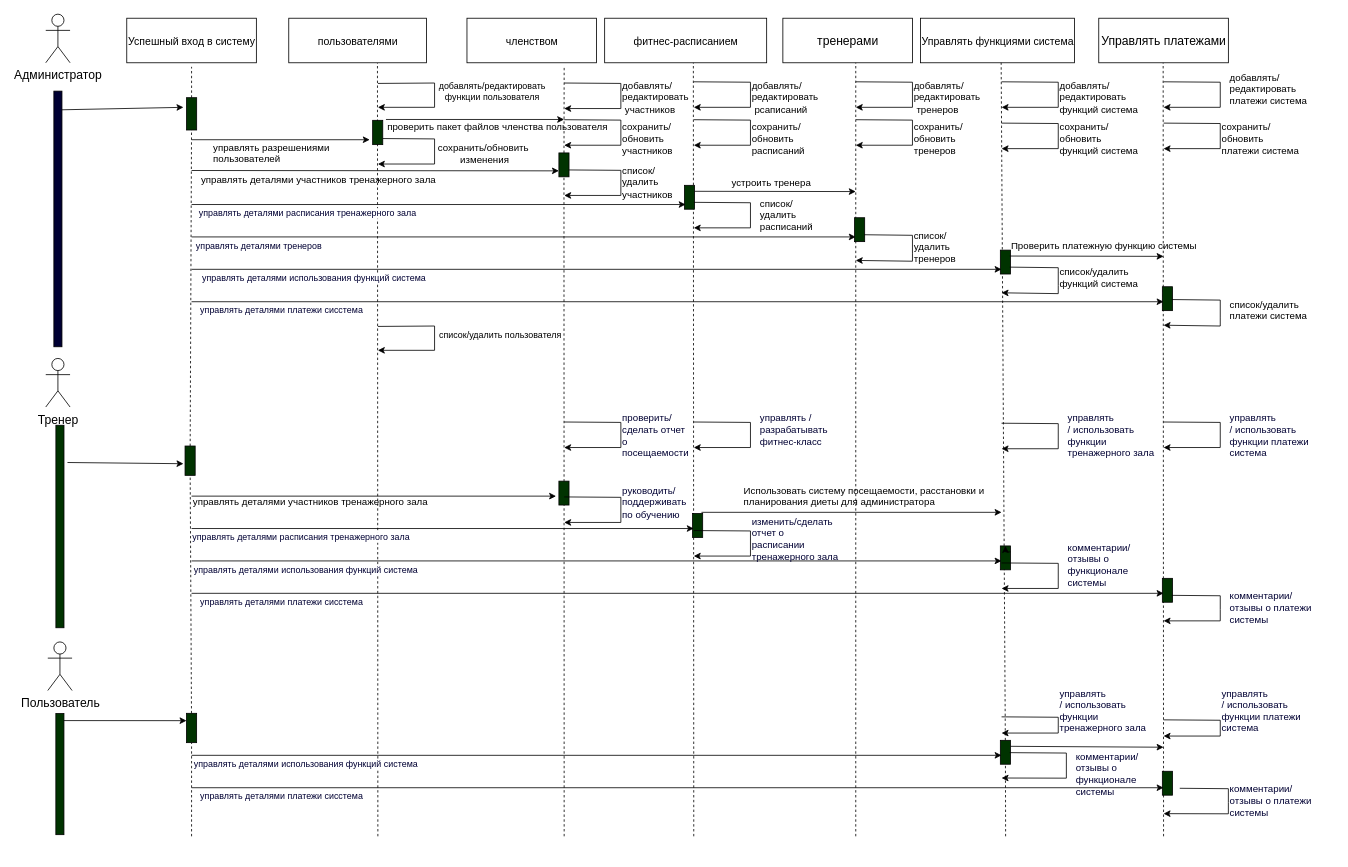
quyettranvu/Lab2-3_UML keeps this draw.io diagram as page "Sequence Diagram" (5 of 7) of Biểu đồ không có tiêu đề.drawio. Above is the earlier version. Source tidied: cells renumbered, new cells numbered last; positions are measured from the earlier drawing's top-left corner, leaving out a move shared by most shapes. Both pictures are drawn from the tidied source at 81%, with x=0, y=0 at pixel (-70, 14).
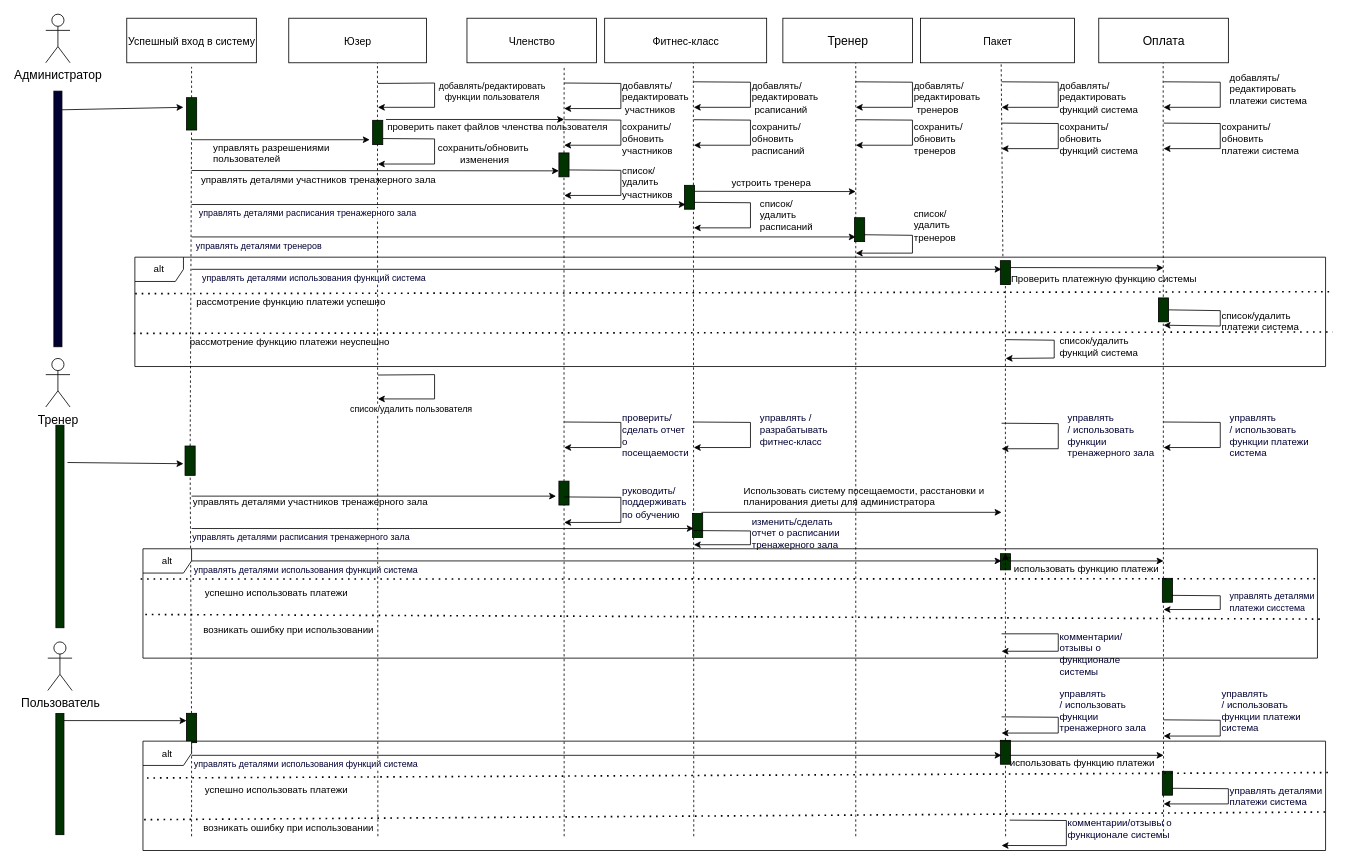
The same page after the edit.

Unchanged cells that the change refers to:
```xml
<mxCell id="120" style="rounded=0;whiteSpace=wrap;html=1;fontSize=13;rotation=-90;fillColor=#003300;" parent="1" vertex="1">
  <mxGeometry x="1313" y="905" width="29.5" height="12.5" as="geometry" />
</mxCell>
```

The edit, as a diff of the source:
```diff
@@
-    <mxCell id="4" value="&lt;font style=&quot;font-size: 13px;&quot;&gt;членством&lt;br&gt;&lt;/font&gt;" style="html=1;fontSize=15;fillColor=#FFFFFF;" parent="1" vertex="1">
+    <mxCell id="4" value="&lt;font style=&quot;font-size: 13px;&quot;&gt;Членство&lt;br&gt;&lt;/font&gt;" style="html=1;fontSize=15;fillColor=#FFFFFF;" parent="1" vertex="1">
       <mxGeometry x="663" y="5" width="160" height="55" as="geometry" />
     </mxCell>
-    <mxCell id="5" value="&lt;font style=&quot;font-size: 13px;&quot;&gt;фитнес-расписанием&lt;/font&gt;" style="html=1;fontSize=15;fillColor=#FFFFFF;" parent="1" vertex="1">
+    <mxCell id="5" value="&lt;span style=&quot;font-size: 13px;&quot;&gt;Фитнес-класс&lt;/span&gt;" style="html=1;fontSize=15;fillColor=#FFFFFF;" parent="1" vertex="1">
       <mxGeometry x="833" y="5" width="200" height="55" as="geometry" />
     </mxCell>
-    <mxCell id="6" value="тренерами" style="html=1;fontSize=15;fillColor=#FFFFFF;" parent="1" vertex="1">
+    <mxCell id="6" value="Тренер" style="html=1;fontSize=15;fillColor=#FFFFFF;" parent="1" vertex="1">
       <mxGeometry x="1053" y="5" width="160" height="55" as="geometry" />
     </mxCell>
-    <mxCell id="7" value="&lt;font style=&quot;font-size: 13px;&quot;&gt;Управлять функциями система&lt;/font&gt;" style="html=1;fontSize=15;fillColor=#FFFFFF;" parent="1" vertex="1">
+    <mxCell id="7" value="&lt;span style=&quot;font-size: 13px;&quot;&gt;Пакет&lt;/span&gt;" style="html=1;fontSize=15;fillColor=#FFFFFF;" parent="1" vertex="1">
       <mxGeometry x="1223" y="5" width="190" height="55" as="geometry" />
     </mxCell>
-    <mxCell id="8" value="Управлять платежами" style="html=1;fontSize=15;fillColor=#FFFFFF;" parent="1" vertex="1">
+    <mxCell id="8" value="Оплата" style="html=1;fontSize=15;fillColor=#FFFFFF;" parent="1" vertex="1">
       <mxGeometry x="1443" y="5" width="160" height="55" as="geometry" />
     </mxCell>
@@
-    <mxCell id="14" style="endArrow=none;dashed=1;html=1;rounded=0;fontSize=13;startArrow=none;" parent="1" edge="1" source="120">
+    <mxCell id="14" style="endArrow=none;dashed=1;html=1;rounded=0;fontSize=13;startArrow=none;exitX=0.729;exitY=-0.008;exitDx=0;exitDy=0;exitPerimeter=0;" parent="1" edge="1" source="141">
       <mxGeometry relative="1" as="geometry">
         <mxPoint x="1322.5" y="60" as="targetPoint" />
       </mxGeometry>
     </mxCell>
@@
-    <mxCell id="24" value="&lt;span style=&quot;font-size: 13px;&quot;&gt;пользователями&lt;/span&gt;" style="html=1;fontSize=15;fillColor=#FFFFFF;" parent="1" vertex="1">
+    <mxCell id="24" value="&lt;span style=&quot;font-size: 13px;&quot;&gt;Юзер&lt;/span&gt;" style="html=1;fontSize=15;fillColor=#FFFFFF;" parent="1" vertex="1">
       <mxGeometry x="443" y="5" width="170" height="55" as="geometry" />
     </mxCell>
@@
-    <mxCell id="31" style="endArrow=classic;html=1;rounded=0;fontSize=13;" parent="1" edge="1">
-      <mxGeometry relative="1" as="geometry">
-        <mxPoint x="323" y="355" as="sourcePoint" />
-        <mxPoint x="1523" y="355" as="targetPoint" />
-      </mxGeometry>
-    </mxCell>
@@
     <mxCell id="55" style="endArrow=classic;html=1;rounded=0;fontSize=13;" parent="1" edge="1">
       <mxGeometry x="1" y="-91" relative="1" as="geometry">
         <mxPoint x="1153" y="272.3" as="sourcePoint" />
-        <mxPoint x="1143" y="304" as="targetPoint" />
+        <mxPoint x="1143" y="295" as="targetPoint" />
         <Array as="points">
           <mxPoint x="1213" y="273" />
           <mxPoint x="1213" y="295" />
-          <mxPoint x="1213" y="305" />
+          <mxPoint x="1183" y="295" />
         </Array>
         <mxPoint x="-90" y="81" as="offset" />
       </mxGeometry>
     </mxCell>
@@
     <mxCell id="66" value="список/удалить тренеров" style="text;whiteSpace=wrap;html=1;" parent="1" vertex="1">
-      <mxGeometry x="1213" y="259.8" width="70" height="40" as="geometry" />
+      <mxGeometry x="1213" y="232.8" width="70" height="40" as="geometry" />
     </mxCell>
@@
-    <mxCell id="71" style="rounded=0;whiteSpace=wrap;html=1;fontSize=13;rotation=-90;fillColor=#003300;" parent="1" vertex="1">
-      <mxGeometry x="1313" y="299.8" width="29.5" height="12.5" as="geometry" />
-    </mxCell>
     <mxCell id="72" style="endArrow=classic;html=1;rounded=0;fontSize=13;" parent="1" edge="1">
       <mxGeometry x="1" y="-91" relative="1" as="geometry">
-        <mxPoint x="1333" y="312.3" as="sourcePoint" />
-        <mxPoint x="1323" y="344" as="targetPoint" />
+        <mxPoint x="1328" y="401.8" as="sourcePoint" />
+        <mxPoint x="1328" y="425" as="targetPoint" />
         <Array as="points">
-          <mxPoint x="1393" y="313" />
-          <mxPoint x="1393" y="335" />
-          <mxPoint x="1393" y="345" />
+          <mxPoint x="1388" y="402.5" />
+          <mxPoint x="1388" y="424.5" />
         </Array>
         <mxPoint x="-90" y="81" as="offset" />
       </mxGeometry>
     </mxCell>
     <mxCell id="73" value="список/удалить функций система" style="text;whiteSpace=wrap;html=1;" parent="1" vertex="1">
-      <mxGeometry x="1393" y="305" width="100" height="40" as="geometry" />
+      <mxGeometry x="1393" y="390" width="100" height="40" as="geometry" />
     </mxCell>
@@
     <mxCell id="78" style="rounded=0;whiteSpace=wrap;html=1;fontSize=13;rotation=-90;fillColor=#003300;" parent="1" vertex="1">
-      <mxGeometry x="1513" y="345" width="29.5" height="12.5" as="geometry" />
+      <mxGeometry x="1508.2" y="358.8" width="29.5" height="12.5" as="geometry" />
     </mxCell>
-    <mxCell id="79" style="endArrow=classic;html=1;rounded=0;fontSize=13;" parent="1" edge="1">
+    <mxCell id="79" style="endArrow=classic;html=1;rounded=0;fontSize=13;exitX=0.5;exitY=1;exitDx=0;exitDy=0;" parent="1" edge="1" source="78">
       <mxGeometry x="1" y="-91" relative="1" as="geometry">
-        <mxPoint x="1533" y="352.3" as="sourcePoint" />
         <mxPoint x="1523" y="384" as="targetPoint" />
         <Array as="points">
-          <mxPoint x="1593" y="353" />
+          <mxPoint x="1593" y="366" />
           <mxPoint x="1593" y="375" />
           <mxPoint x="1593" y="385" />
         </Array>
         <mxPoint x="-90" y="81" as="offset" />
       </mxGeometry>
     </mxCell>
     <mxCell id="80" value="список/удалить платежи система" style="text;whiteSpace=wrap;html=1;" parent="1" vertex="1">
-      <mxGeometry x="1603" y="345" width="100" height="40" as="geometry" />
+      <mxGeometry x="1593" y="358.8" width="100" height="40" as="geometry" />
     </mxCell>
@@
-    <mxCell id="84" style="endArrow=classic;html=1;rounded=0;fontSize=13;" parent="1" edge="1">
-      <mxGeometry relative="1" as="geometry">
-        <mxPoint x="323" y="715" as="sourcePoint" />
-        <mxPoint x="1523" y="715" as="targetPoint" />
-      </mxGeometry>
-    </mxCell>
     <mxCell id="85" style="endArrow=classic;html=1;rounded=0;fontSize=13;exitX=0.927;exitY=1;exitDx=0;exitDy=0;exitPerimeter=0;" parent="1" edge="1">
       <mxGeometry x="0.06" relative="1" as="geometry">
-        <mxPoint x="553" y="385.5" as="sourcePoint" />
-        <mxPoint x="553" y="415" as="targetPoint" />
+        <mxPoint x="553" y="445.5" as="sourcePoint" />
+        <mxPoint x="553" y="475" as="targetPoint" />
         <Array as="points">
-          <mxPoint x="623" y="385" />
-          <mxPoint x="623" y="415" />
+          <mxPoint x="623" y="445" />
+          <mxPoint x="623" y="475" />
         </Array>
       </mxGeometry>
     </mxCell>
     <mxCell id="86" value="список/удалить пользователя" style="edgeLabel;html=1;align=center;verticalAlign=middle;" parent="85" vertex="1">
       <mxGeometry x="0.44" y="-3" relative="1" as="geometry">
-        <mxPoint x="102" y="-17" as="offset" />
+        <mxPoint x="-8" y="15" as="offset" />
       </mxGeometry>
     </mxCell>
@@
     <mxCell id="96" style="endArrow=classic;html=1;rounded=0;fontSize=13;" parent="1" edge="1">
       <mxGeometry x="1" y="-91" relative="1" as="geometry">
         <mxPoint x="943" y="637.5" as="sourcePoint" />
-        <mxPoint x="943" y="669" as="targetPoint" />
+        <mxPoint x="943" y="655" as="targetPoint" />
         <Array as="points">
           <mxPoint x="1013" y="638" />
-          <mxPoint x="1013" y="669" />
+          <mxPoint x="1013" y="655" />
         </Array>
         <mxPoint x="-90" y="81" as="offset" />
       </mxGeometry>
     </mxCell>
@@
-    <mxCell id="99" value="&lt;font color=&quot;#000033&quot;&gt;управлять деталями платежи сисстема&lt;/font&gt;" style="edgeLabel;html=1;align=center;verticalAlign=middle;fontColor=#FFFFFF;" parent="1" vertex="1">
-      <mxGeometry x="433" y="365" as="geometry" />
-    </mxCell>
@@
     <mxCell id="102" style="rounded=0;whiteSpace=wrap;html=1;fontSize=13;rotation=-90;fillColor=#003300;" parent="1" vertex="1">
-      <mxGeometry x="1313" y="665" width="29.5" height="12.5" as="geometry" />
+      <mxGeometry x="1317.8" y="669.8" width="20" height="12.5" as="geometry" />
     </mxCell>
     <mxCell id="103" style="endArrow=classic;html=1;rounded=0;fontSize=13;" parent="1" edge="1">
       <mxGeometry x="1" y="-91" relative="1" as="geometry">
-        <mxPoint x="1323" y="677.5" as="sourcePoint" />
-        <mxPoint x="1323" y="709" as="targetPoint" />
+        <mxPoint x="1323" y="765" as="sourcePoint" />
+        <mxPoint x="1323" y="786.5" as="targetPoint" />
         <Array as="points">
-          <mxPoint x="1393" y="678" />
-          <mxPoint x="1393" y="709" />
+          <mxPoint x="1393" y="765" />
+          <mxPoint x="1393" y="786.5" />
         </Array>
         <mxPoint x="-90" y="81" as="offset" />
       </mxGeometry>
     </mxCell>
@@
     <mxCell id="105" style="endArrow=classic;html=1;rounded=0;fontSize=13;" parent="1" edge="1">
       <mxGeometry x="1" y="-91" relative="1" as="geometry">
         <mxPoint x="1533" y="717.5" as="sourcePoint" />
-        <mxPoint x="1523" y="749" as="targetPoint" />
+        <mxPoint x="1523" y="735" as="targetPoint" />
         <Array as="points">
           <mxPoint x="1593" y="718" />
           <mxPoint x="1593" y="735" />
-          <mxPoint x="1593" y="749" />
         </Array>
         <mxPoint x="-90" y="81" as="offset" />
       </mxGeometry>
     </mxCell>
@@
     <mxCell id="107" value="изменить/сделать отчет&amp;nbsp;о расписании тренажерного зала" style="text;whiteSpace=wrap;html=1;fontColor=#000033;" parent="1" vertex="1">
-      <mxGeometry x="1013" y="612.5" width="110" height="40" as="geometry" />
+      <mxGeometry x="1013" y="612.5" width="140" height="40" as="geometry" />
     </mxCell>
@@
-    <mxCell id="110" style="endArrow=classic;html=1;rounded=0;fontSize=13;" parent="1" edge="1">
-      <mxGeometry relative="1" as="geometry">
-        <mxPoint x="323" y="955" as="sourcePoint" />
-        <mxPoint x="1523" y="955" as="targetPoint" />
-      </mxGeometry>
-    </mxCell>
     <mxCell id="111" value="комментарии/отзывы о функционале системы" style="text;whiteSpace=wrap;html=1;fontColor=#000033;" parent="1" vertex="1">
-      <mxGeometry x="1403" y="645" width="120" height="40" as="geometry" />
+      <mxGeometry x="1393" y="755" width="120" height="40" as="geometry" />
     </mxCell>
-    <mxCell id="112" value="комментарии/отзывы о платежи системы" style="text;whiteSpace=wrap;html=1;fontColor=#000033;" parent="1" vertex="1">
+    <mxCell id="112" value="&lt;span style=&quot;font-size: 11px; text-align: center; background-color: rgb(255, 255, 255);&quot;&gt;управлять деталями платежи сисстема&lt;/span&gt;" style="text;whiteSpace=wrap;html=1;fontColor=#000033;" parent="1" vertex="1">
       <mxGeometry x="1603" y="705" width="120" height="40" as="geometry" />
     </mxCell>
@@
-    <mxCell id="116" value="&lt;font color=&quot;#000033&quot;&gt;управлять деталями платежи сисстема&lt;/font&gt;" style="edgeLabel;html=1;align=center;verticalAlign=middle;fontColor=#FFFFFF;" parent="1" vertex="1">
-      <mxGeometry x="433" y="725" as="geometry" />
-    </mxCell>
@@
-    <mxCell id="118" value="&lt;font color=&quot;#000033&quot;&gt;управлять деталями платежи сисстема&lt;/font&gt;" style="edgeLabel;html=1;align=center;verticalAlign=middle;fontColor=#FFFFFF;" parent="1" vertex="1">
-      <mxGeometry x="433" y="965" as="geometry" />
-    </mxCell>
@@
     <mxCell id="125" style="endArrow=classic;html=1;rounded=0;fontSize=13;" parent="1" edge="1">
       <mxGeometry x="1" y="-91" relative="1" as="geometry">
-        <mxPoint x="1333" y="911.7" as="sourcePoint" />
-        <mxPoint x="1323" y="943" as="targetPoint" />
+        <mxPoint x="1333" y="995" as="sourcePoint" />
+        <mxPoint x="1323" y="1026.3" as="targetPoint" />
         <Array as="points">
-          <mxPoint x="1403" y="912.2" />
-          <mxPoint x="1403" y="943.2" />
+          <mxPoint x="1403" y="995.5" />
+          <mxPoint x="1403" y="1026.5" />
         </Array>
         <mxPoint x="-90" y="81" as="offset" />
       </mxGeometry>
     </mxCell>
     <mxCell id="126" value="комментарии/отзывы о функционале системы" style="text;whiteSpace=wrap;html=1;fontColor=#000033;" parent="1" vertex="1">
-      <mxGeometry x="1413" y="903.2" width="120" height="40" as="geometry" />
+      <mxGeometry x="1403" y="985" width="140" height="40" as="geometry" />
     </mxCell>
@@
-    <mxCell id="129" value="комментарии/отзывы о платежи системы" style="text;whiteSpace=wrap;html=1;fontColor=#000033;" parent="1" vertex="1">
-      <mxGeometry x="1603" y="943.2" width="120" height="40" as="geometry" />
+    <mxCell id="129" value="управлять деталями платежи система" style="text;whiteSpace=wrap;html=1;fontColor=#000033;" parent="1" vertex="1">
+      <mxGeometry x="1603" y="945" width="120" height="40" as="geometry" />
     </mxCell>
-    <mxCell id="130" style="endArrow=classic;html=1;rounded=0;fontSize=13;" parent="1" edge="1">
-      <mxGeometry x="1" y="-91" relative="1" as="geometry">
-        <mxPoint x="1543" y="955.7" as="sourcePoint" />
-        <mxPoint x="1523" y="987" as="targetPoint" />
-        <Array as="points">
-          <mxPoint x="1603" y="956.2" />
-          <mxPoint x="1603" y="973.2" />
-          <mxPoint x="1603" y="987.2" />
-        </Array>
-        <mxPoint x="-90" y="81" as="offset" />
-      </mxGeometry>
-    </mxCell>
@@
     <mxCell id="133" style="endArrow=classic;html=1;rounded=0;fontSize=13;exitX=0.75;exitY=1;exitDx=0;exitDy=0;" parent="1" edge="1">
       <mxGeometry relative="1" as="geometry">
-        <mxPoint x="1333" y="298.6" as="sourcePoint" />
-        <mxPoint x="1523" y="299" as="targetPoint" />
+        <mxPoint x="1333" y="312.8" as="sourcePoint" />
+        <mxPoint x="1523" y="313.2" as="targetPoint" />
       </mxGeometry>
     </mxCell>
     <mxCell id="134" value="Проверить платежную функцию системы" style="text;whiteSpace=wrap;html=1;fontSize=12;" parent="1" vertex="1">
-      <mxGeometry x="1333" y="272.3" width="260" height="40" as="geometry" />
+      <mxGeometry x="1333" y="312.8" width="260" height="40" as="geometry" />
     </mxCell>
@@
-    <mxCell id="139" style="endArrow=classic;html=1;rounded=0;fontSize=13;exitX=0.75;exitY=1;exitDx=0;exitDy=0;" parent="1" edge="1" source="120">
+    <mxCell id="139" style="endArrow=classic;html=1;rounded=0;fontSize=13;" parent="1" edge="1">
       <mxGeometry relative="1" as="geometry">
-        <mxPoint x="1523" y="905" as="targetPoint" />
+        <mxPoint x="1333" y="915" as="sourcePoint" />
+        <mxPoint x="1523" y="915" as="targetPoint" />
       </mxGeometry>
     </mxCell>
+    <mxCell id="71" style="rounded=0;whiteSpace=wrap;html=1;fontSize=13;rotation=-90;fillColor=#003300;" parent="1" vertex="1">
+      <mxGeometry x="1313" y="312.8" width="29.5" height="12.5" as="geometry" />
+    </mxCell>
+    <mxCell id="140" style="endArrow=none;dashed=1;html=1;rounded=0;fontSize=13;startArrow=none;" parent="1" edge="1" source="120" target="71">
+      <mxGeometry relative="1" as="geometry" />
+    </mxCell>
+    <mxCell id="141" value="alt" style="shape=umlFrame;whiteSpace=wrap;html=1;" parent="1" vertex="1">
+      <mxGeometry x="253" y="300" width="1470" height="135" as="geometry" />
+    </mxCell>
+    <mxCell id="142" style="endArrow=none;dashed=1;html=1;dashPattern=1 3;strokeWidth=2;rounded=0;exitX=1.003;exitY=0.316;exitDx=0;exitDy=0;exitPerimeter=0;" parent="1" edge="1" source="141">
+      <mxGeometry relative="1" as="geometry">
+        <mxPoint x="253" y="345" as="targetPoint" />
+      </mxGeometry>
+    </mxCell>
+    <mxCell id="143" style="endArrow=none;dashed=1;html=1;dashPattern=1 3;strokeWidth=2;rounded=0;exitX=-0.001;exitY=0.697;exitDx=0;exitDy=0;exitPerimeter=0;entryX=1.006;entryY=0.684;entryDx=0;entryDy=0;entryPerimeter=0;" parent="1" edge="1" source="141" target="141">
+      <mxGeometry relative="1" as="geometry" />
+    </mxCell>
+    <mxCell id="144" value="рассмотрение функцию платежи успешно" style="text;html=1;strokeColor=none;fillColor=none;align=center;verticalAlign=middle;whiteSpace=wrap;rounded=0;" parent="1" vertex="1">
+      <mxGeometry x="315.8" y="341.2" width="260" height="30" as="geometry" />
+    </mxCell>
+    <mxCell id="145" value="рассмотрение функцию платежи неуспешно" style="text;html=1;strokeColor=none;fillColor=none;align=center;verticalAlign=middle;whiteSpace=wrap;rounded=0;" parent="1" vertex="1">
+      <mxGeometry x="315.8" y="390" width="257.2" height="30" as="geometry" />
+    </mxCell>
+    <mxCell id="146" value="alt" style="shape=umlFrame;whiteSpace=wrap;html=1;" parent="1" vertex="1">
+      <mxGeometry x="263" y="660" width="1450" height="135" as="geometry" />
+    </mxCell>
+    <mxCell id="147" style="endArrow=classic;html=1;rounded=0;" parent="1" edge="1">
+      <mxGeometry relative="1" as="geometry">
+        <mxPoint x="1333" y="675" as="sourcePoint" />
+        <mxPoint x="1523" y="675" as="targetPoint" />
+      </mxGeometry>
+    </mxCell>
+    <mxCell id="148" value="использовать функцию платежи" style="text;html=1;strokeColor=none;fillColor=none;align=center;verticalAlign=middle;whiteSpace=wrap;rounded=0;" parent="1" vertex="1">
+      <mxGeometry x="1333" y="670" width="190" height="30" as="geometry" />
+    </mxCell>
+    <mxCell id="149" style="endArrow=none;dashed=1;html=1;dashPattern=1 3;strokeWidth=2;rounded=0;exitX=-0.002;exitY=0.277;exitDx=0;exitDy=0;exitPerimeter=0;" parent="1" edge="1" source="146">
+      <mxGeometry relative="1" as="geometry">
+        <mxPoint x="1713" y="697" as="targetPoint" />
+      </mxGeometry>
+    </mxCell>
+    <mxCell id="150" style="endArrow=none;dashed=1;html=1;dashPattern=1 3;strokeWidth=2;rounded=0;entryX=0.001;entryY=0.601;entryDx=0;entryDy=0;entryPerimeter=0;exitX=1.002;exitY=0.643;exitDx=0;exitDy=0;exitPerimeter=0;" parent="1" edge="1" source="146" target="146">
+      <mxGeometry relative="1" as="geometry" />
+    </mxCell>
+    <mxCell id="151" value="успешно использовать платежи" style="text;html=1;strokeColor=none;fillColor=none;align=center;verticalAlign=middle;whiteSpace=wrap;rounded=0;" parent="1" vertex="1">
+      <mxGeometry x="283" y="700" width="290" height="30" as="geometry" />
+    </mxCell>
+    <mxCell id="152" value="возникать ошибку при использовании" style="text;html=1;strokeColor=none;fillColor=none;align=center;verticalAlign=middle;whiteSpace=wrap;rounded=0;" parent="1" vertex="1">
+      <mxGeometry x="333" y="745" width="220" height="30" as="geometry" />
+    </mxCell>
+    <mxCell id="153" value="alt" style="shape=umlFrame;whiteSpace=wrap;html=1;" parent="1" vertex="1">
+      <mxGeometry x="263" y="897.5" width="1460" height="135" as="geometry" />
+    </mxCell>
+    <mxCell id="154" style="endArrow=classic;html=1;rounded=0;fontSize=13;" parent="1" edge="1">
+      <mxGeometry x="1" y="-91" relative="1" as="geometry">
+        <mxPoint x="1533" y="955.7" as="sourcePoint" />
+        <mxPoint x="1523" y="975" as="targetPoint" />
+        <Array as="points">
+          <mxPoint x="1603" y="956.2" />
+          <mxPoint x="1603" y="975" />
+        </Array>
+        <mxPoint x="-90" y="81" as="offset" />
+      </mxGeometry>
+    </mxCell>
+    <mxCell id="155" value="использовать функцию платежи" style="text;html=1;strokeColor=none;fillColor=none;align=center;verticalAlign=middle;whiteSpace=wrap;rounded=0;" parent="1" vertex="1">
+      <mxGeometry x="1317.8" y="910" width="210" height="30" as="geometry" />
+    </mxCell>
+    <mxCell id="156" style="endArrow=none;dashed=1;html=1;dashPattern=1 3;strokeWidth=2;rounded=0;entryX=0.001;entryY=0.337;entryDx=0;entryDy=0;entryPerimeter=0;exitX=1.002;exitY=0.287;exitDx=0;exitDy=0;exitPerimeter=0;" parent="1" edge="1" source="153" target="153">
+      <mxGeometry relative="1" as="geometry" />
+    </mxCell>
+    <mxCell id="157" style="endArrow=none;dashed=1;html=1;dashPattern=1 3;strokeWidth=2;rounded=0;exitX=0.001;exitY=0.718;exitDx=0;exitDy=0;exitPerimeter=0;entryX=1;entryY=0.648;entryDx=0;entryDy=0;entryPerimeter=0;" parent="1" edge="1" source="153" target="153">
+      <mxGeometry relative="1" as="geometry" />
+    </mxCell>
+    <mxCell id="158" value="успешно использовать платежи" style="text;html=1;strokeColor=none;fillColor=none;align=center;verticalAlign=middle;whiteSpace=wrap;rounded=0;" parent="1" vertex="1">
+      <mxGeometry x="253" y="943.2" width="350" height="30" as="geometry" />
+    </mxCell>
+    <mxCell id="159" value="возникать ошибку при использовании" style="text;html=1;strokeColor=none;fillColor=none;align=center;verticalAlign=middle;whiteSpace=wrap;rounded=0;" parent="1" vertex="1">
+      <mxGeometry x="323" y="990" width="240" height="30" as="geometry" />
+    </mxCell>
```
